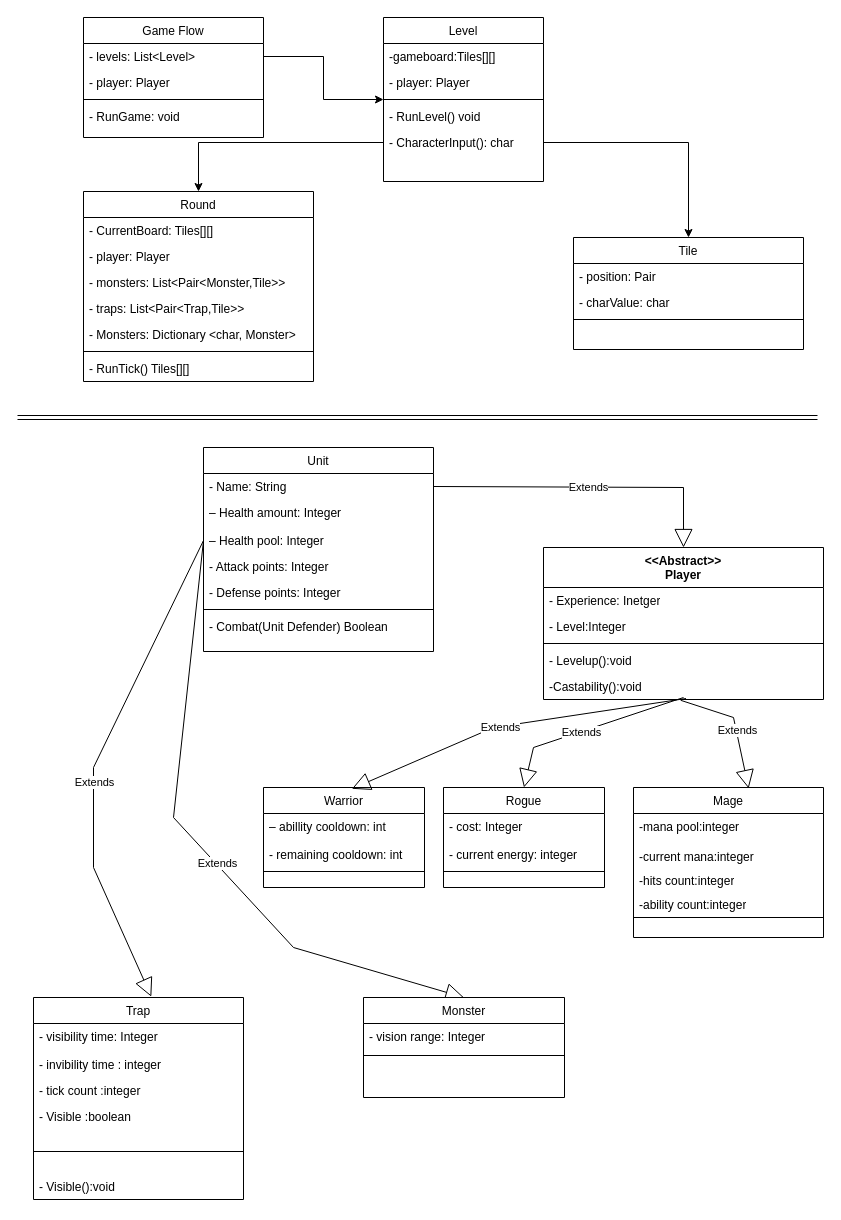
The draw.io diagram assignment3.drawio in daniel-gal/assigment3-oop, before the edit. Source tidied: cells renumbered, new cells numbered last; positions are measured from the earlier drawing's top-left corner, leaving out a move shared by most shapes. Both pictures are drawn from the tidied source at 100%, with x=0, y=0 at pixel (17, 17).
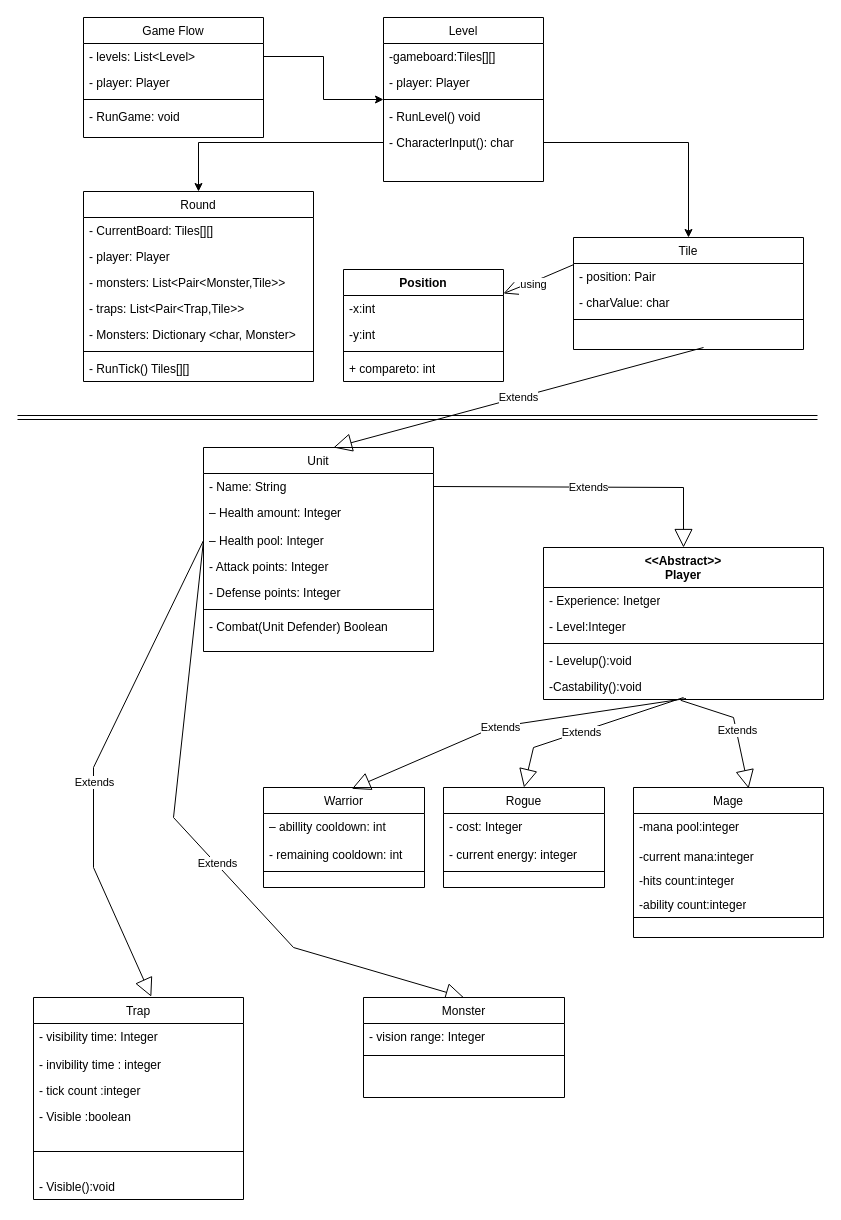
The same page after the edit.

Unchanged cells that the change refers to:
```xml
<mxCell id="17" value="- position: Pair" style="text;align=left;verticalAlign=top;spacingLeft=4;spacingRight=4;overflow=hidden;points=[[0,0.5],[1,0.5]];portConstraint=eastwest;" parent="16" vertex="1">
  <mxGeometry y="26" width="230" height="26" as="geometry" />
</mxCell>
```

The edit, as a diff of the source:
```diff
@@
+    <mxCell id="73" value="Position" style="swimlane;fontStyle=1;align=center;verticalAlign=top;horizontal=1;startSize=26;whiteSpace=wrap;html=1;" parent="1" vertex="1">
+      <mxGeometry x="326" y="252" width="160" height="112" as="geometry" />
+    </mxCell>
+    <mxCell id="74" value="-x:int" style="text;strokeColor=none;fillColor=none;align=left;verticalAlign=top;spacingLeft=4;spacingRight=4;overflow=hidden;whiteSpace=wrap;html=1;" parent="73" vertex="1">
+      <mxGeometry y="26" width="160" height="26" as="geometry" />
+    </mxCell>
+    <mxCell id="75" value="-y:int" style="text;strokeColor=none;fillColor=none;align=left;verticalAlign=top;spacingLeft=4;spacingRight=4;overflow=hidden;whiteSpace=wrap;html=1;" parent="73" vertex="1">
+      <mxGeometry y="52" width="160" height="26" as="geometry" />
+    </mxCell>
+    <mxCell id="76" style="line;strokeWidth=1;fillColor=none;align=left;verticalAlign=middle;spacingTop=-1;spacingLeft=3;spacingRight=3;labelPosition=right;strokeColor=inherit;" parent="73" vertex="1">
+      <mxGeometry y="78" width="160" height="8" as="geometry" />
+    </mxCell>
+    <mxCell id="77" value="+ compareto: int" style="text;strokeColor=none;fillColor=none;align=left;verticalAlign=top;spacingLeft=4;spacingRight=4;overflow=hidden;whiteSpace=wrap;html=1;" parent="73" vertex="1">
+      <mxGeometry y="86" width="160" height="26" as="geometry" />
+    </mxCell>
+    <mxCell id="78" style="endArrow=open;endFill=1;endSize=12;html=1;rounded=0;exitX=0.002;exitY=0.038;exitDx=0;exitDy=0;exitPerimeter=0;" parent="1" edge="1" source="17" target="73">
+      <mxGeometry relative="1" as="geometry">
+        <Array as="points">
+          <mxPoint x="526" y="260" />
+        </Array>
+      </mxGeometry>
+    </mxCell>
+    <mxCell id="79" value="using" style="edgeLabel;html=1;align=center;verticalAlign=middle;" parent="78" vertex="1">
+      <mxGeometry x="0.18" y="2" relative="1" as="geometry" />
+    </mxCell>
+    <mxCell id="80" value="Extends" style="endArrow=block;endSize=16;endFill=0;html=1;rounded=0;" parent="1" edge="1">
+      <mxGeometry relative="1" as="geometry">
+        <mxPoint x="686" y="330" as="sourcePoint" />
+        <mxPoint x="316" y="430" as="targetPoint" />
+      </mxGeometry>
+    </mxCell>
```
